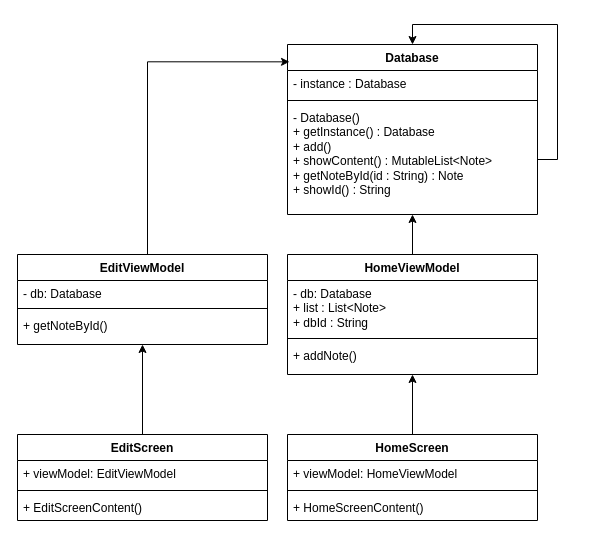
tireks/OOAP keeps this draw.io diagram as Sem2Lab1/Sem2lab1SINGLETON.drawio. Above is the earlier version. Source tidied: cells renumbered, new cells numbered last; positions are measured from the earlier drawing's top-left corner, leaving out a move shared by most shapes. Both pictures are drawn from the tidied source at 100%, with x=0, y=0 at pixel (17, 24).
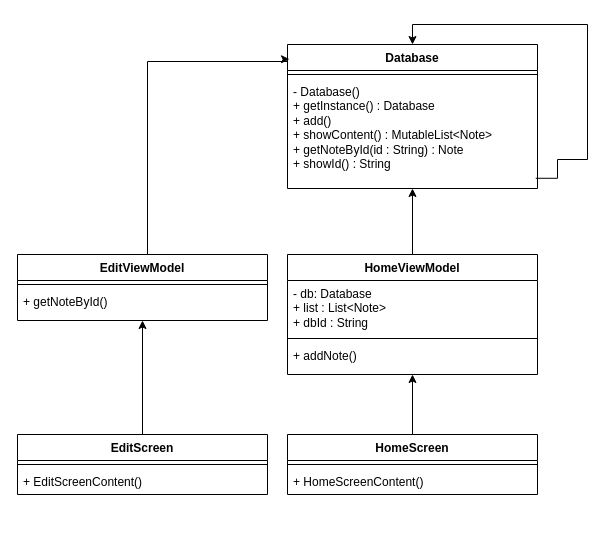
After the change.

Change to the diagram source:
```diff
@@
     <mxCell id="2" value="Database" style="swimlane;fontStyle=1;align=center;verticalAlign=top;horizontal=1;startSize=26;whiteSpace=wrap;html=1;" parent="1" vertex="1">
-      <mxGeometry x="270" y="20" width="250" height="170" as="geometry" />
+      <mxGeometry x="270" y="20" width="250" height="144" as="geometry" />
     </mxCell>
-    <mxCell id="3" value="- instance : Database" style="text;strokeColor=none;fillColor=none;align=left;verticalAlign=top;spacingLeft=4;spacingRight=4;overflow=hidden;whiteSpace=wrap;html=1;" parent="2" vertex="1">
-      <mxGeometry y="26" width="250" height="26" as="geometry" />
-    </mxCell>
     <mxCell id="4" style="line;strokeWidth=1;fillColor=none;align=left;verticalAlign=middle;spacingTop=-1;spacingLeft=3;spacingRight=3;labelPosition=right;strokeColor=inherit;" parent="2" vertex="1">
-      <mxGeometry y="52" width="250" height="8" as="geometry" />
+      <mxGeometry y="26" width="250" height="8" as="geometry" />
     </mxCell>
+    <mxCell id="6" value="- Database()&lt;br&gt;+ getInstance() : Database&lt;br&gt;+ add()&lt;br&gt;+ showContent() : MutableList&amp;lt;Note&amp;gt;&lt;br&gt;+ getNoteById(id : String) : Note&lt;br&gt;+ showId() : String" style="text;strokeColor=none;fillColor=none;align=left;verticalAlign=top;spacingLeft=4;spacingRight=4;overflow=hidden;points=[[0,0.5],[1,0.5]];portConstraint=eastwest;whiteSpace=wrap;html=1;" parent="2" vertex="1">
+      <mxGeometry y="34" width="250" height="110" as="geometry" />
+    </mxCell>
-    <mxCell id="5" style="edgeStyle=orthogonalEdgeStyle;rounded=0;jettySize=auto;html=1;entryX=0.5;entryY=0;entryDx=0;entryDy=0;" parent="2" edge="1" source="6" target="2">
+    <mxCell id="5" style="edgeStyle=orthogonalEdgeStyle;rounded=0;jettySize=auto;html=1;entryX=0.5;entryY=0;entryDx=0;entryDy=0;exitX=0.993;exitY=0.907;exitDx=0;exitDy=0;exitPerimeter=0;" parent="2" edge="1" source="6" target="2">
       <mxGeometry relative="1" as="geometry">
         <Array as="points">
+          <mxPoint x="270" y="134" />
           <mxPoint x="270" y="115" />
-          <mxPoint x="270" y="-20" />
+          <mxPoint x="300" y="115" />
+          <mxPoint x="300" y="-20" />
           <mxPoint x="125" y="-20" />
         </Array>
       </mxGeometry>
     </mxCell>
-    <mxCell id="6" value="- Database()&lt;br&gt;+ getInstance() : Database&lt;br&gt;+ add()&lt;br&gt;+ showContent() : MutableList&amp;lt;Note&amp;gt;&lt;br&gt;+ getNoteById(id : String) : Note&lt;br&gt;+ showId() : String" style="text;strokeColor=none;fillColor=none;align=left;verticalAlign=top;spacingLeft=4;spacingRight=4;overflow=hidden;points=[[0,0.5],[1,0.5]];portConstraint=eastwest;whiteSpace=wrap;html=1;" parent="2" vertex="1">
-      <mxGeometry y="60" width="250" height="110" as="geometry" />
-    </mxCell>
@@
     <mxCell id="13" value="HomeScreen" style="swimlane;fontStyle=1;align=center;verticalAlign=top;horizontal=1;startSize=26;whiteSpace=wrap;html=1;" parent="1" vertex="1">
-      <mxGeometry x="270" y="410" width="250" height="86" as="geometry" />
+      <mxGeometry x="270" y="410" width="250" height="60" as="geometry" />
     </mxCell>
-    <mxCell id="14" value="+ viewModel: HomeViewModel" style="text;strokeColor=none;fillColor=none;align=left;verticalAlign=top;spacingLeft=4;spacingRight=4;overflow=hidden;whiteSpace=wrap;html=1;" parent="13" vertex="1">
-      <mxGeometry y="26" width="250" height="26" as="geometry" />
-    </mxCell>
     <mxCell id="15" style="line;strokeWidth=1;fillColor=none;align=left;verticalAlign=middle;spacingTop=-1;spacingLeft=3;spacingRight=3;labelPosition=right;strokeColor=inherit;" parent="13" vertex="1">
-      <mxGeometry y="52" width="250" height="8" as="geometry" />
+      <mxGeometry y="26" width="250" height="8" as="geometry" />
     </mxCell>
     <mxCell id="16" value="+ HomeScreenContent()" style="text;strokeColor=none;fillColor=none;align=left;verticalAlign=top;spacingLeft=4;spacingRight=4;overflow=hidden;whiteSpace=wrap;html=1;" parent="13" vertex="1">
-      <mxGeometry y="60" width="250" height="26" as="geometry" />
+      <mxGeometry y="34" width="250" height="26" as="geometry" />
     </mxCell>
     <mxCell id="17" value="EditViewModel" style="swimlane;fontStyle=1;align=center;verticalAlign=top;horizontal=1;startSize=26;whiteSpace=wrap;html=1;" parent="1" vertex="1">
-      <mxGeometry y="230" width="250" height="90" as="geometry" />
+      <mxGeometry y="230" width="250" height="66" as="geometry" />
     </mxCell>
-    <mxCell id="18" value="- db: Database" style="text;strokeColor=none;fillColor=none;align=left;verticalAlign=top;spacingLeft=4;spacingRight=4;overflow=hidden;whiteSpace=wrap;html=1;" parent="17" vertex="1">
-      <mxGeometry y="26" width="250" height="24" as="geometry" />
-    </mxCell>
     <mxCell id="19" style="line;strokeWidth=1;fillColor=none;align=left;verticalAlign=middle;spacingTop=-1;spacingLeft=3;spacingRight=3;labelPosition=right;strokeColor=inherit;" parent="17" vertex="1">
-      <mxGeometry y="50" width="250" height="8" as="geometry" />
+      <mxGeometry y="26" width="250" height="8" as="geometry" />
     </mxCell>
     <mxCell id="20" value="+ getNoteById()" style="text;strokeColor=none;fillColor=none;align=left;verticalAlign=top;spacingLeft=4;spacingRight=4;overflow=hidden;whiteSpace=wrap;html=1;" parent="17" vertex="1">
-      <mxGeometry y="58" width="250" height="32" as="geometry" />
+      <mxGeometry y="34" width="250" height="32" as="geometry" />
     </mxCell>
@@
     <mxCell id="22" value="EditScreen" style="swimlane;fontStyle=1;align=center;verticalAlign=top;horizontal=1;startSize=26;whiteSpace=wrap;html=1;" parent="1" vertex="1">
-      <mxGeometry y="410" width="250" height="86" as="geometry" />
+      <mxGeometry y="410" width="250" height="60" as="geometry" />
     </mxCell>
-    <mxCell id="23" value="+ viewModel: EditViewModel" style="text;strokeColor=none;fillColor=none;align=left;verticalAlign=top;spacingLeft=4;spacingRight=4;overflow=hidden;whiteSpace=wrap;html=1;" parent="22" vertex="1">
-      <mxGeometry y="26" width="250" height="26" as="geometry" />
-    </mxCell>
     <mxCell id="24" style="line;strokeWidth=1;fillColor=none;align=left;verticalAlign=middle;spacingTop=-1;spacingLeft=3;spacingRight=3;labelPosition=right;strokeColor=inherit;" parent="22" vertex="1">
-      <mxGeometry y="52" width="250" height="8" as="geometry" />
+      <mxGeometry y="26" width="250" height="8" as="geometry" />
     </mxCell>
     <mxCell id="25" value="+ EditScreenContent()" style="text;strokeColor=none;fillColor=none;align=left;verticalAlign=top;spacingLeft=4;spacingRight=4;overflow=hidden;whiteSpace=wrap;html=1;" parent="22" vertex="1">
-      <mxGeometry y="60" width="250" height="26" as="geometry" />
+      <mxGeometry y="34" width="250" height="26" as="geometry" />
     </mxCell>
     <mxCell id="26" style="edgeStyle=orthogonalEdgeStyle;rounded=0;jettySize=auto;html=1;entryX=0.008;entryY=0.102;entryDx=0;entryDy=0;entryPerimeter=0;" parent="1" edge="1" source="17" target="2">
       <mxGeometry relative="1" as="geometry">
         <Array as="points">
           <mxPoint x="130" y="37" />
+          <mxPoint x="270" y="37" />
+          <mxPoint x="270" y="35" />
         </Array>
       </mxGeometry>
     </mxCell>
```
